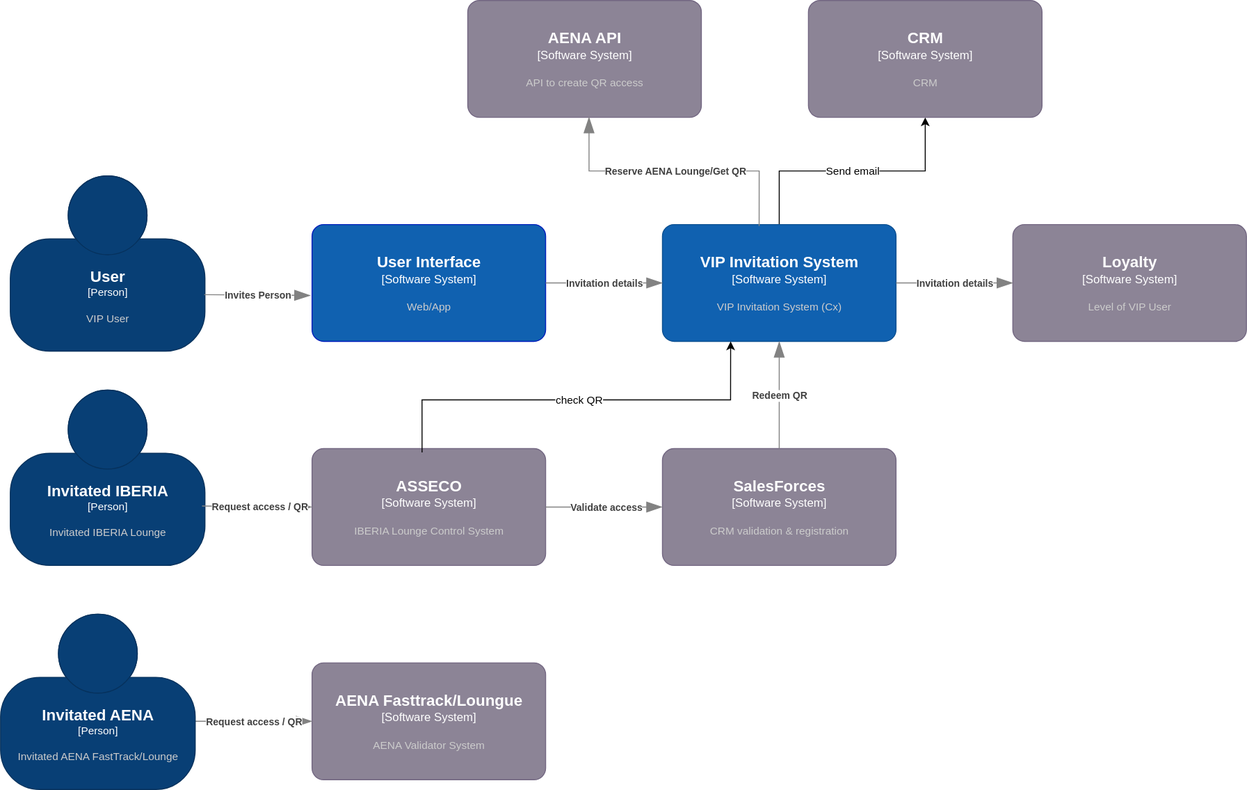
The draw.io diagram docs/src/diagrams/Invitation-C4-L1-Detailed.svg in Iberia-Ent/customer--customer-experience--invitation-to-vip-lounges--design, before a commit. Source tidied: cells renumbered, new cells last; positions are measured from the earlier drawing's top-left corner, leaving out a move shared by most shapes.
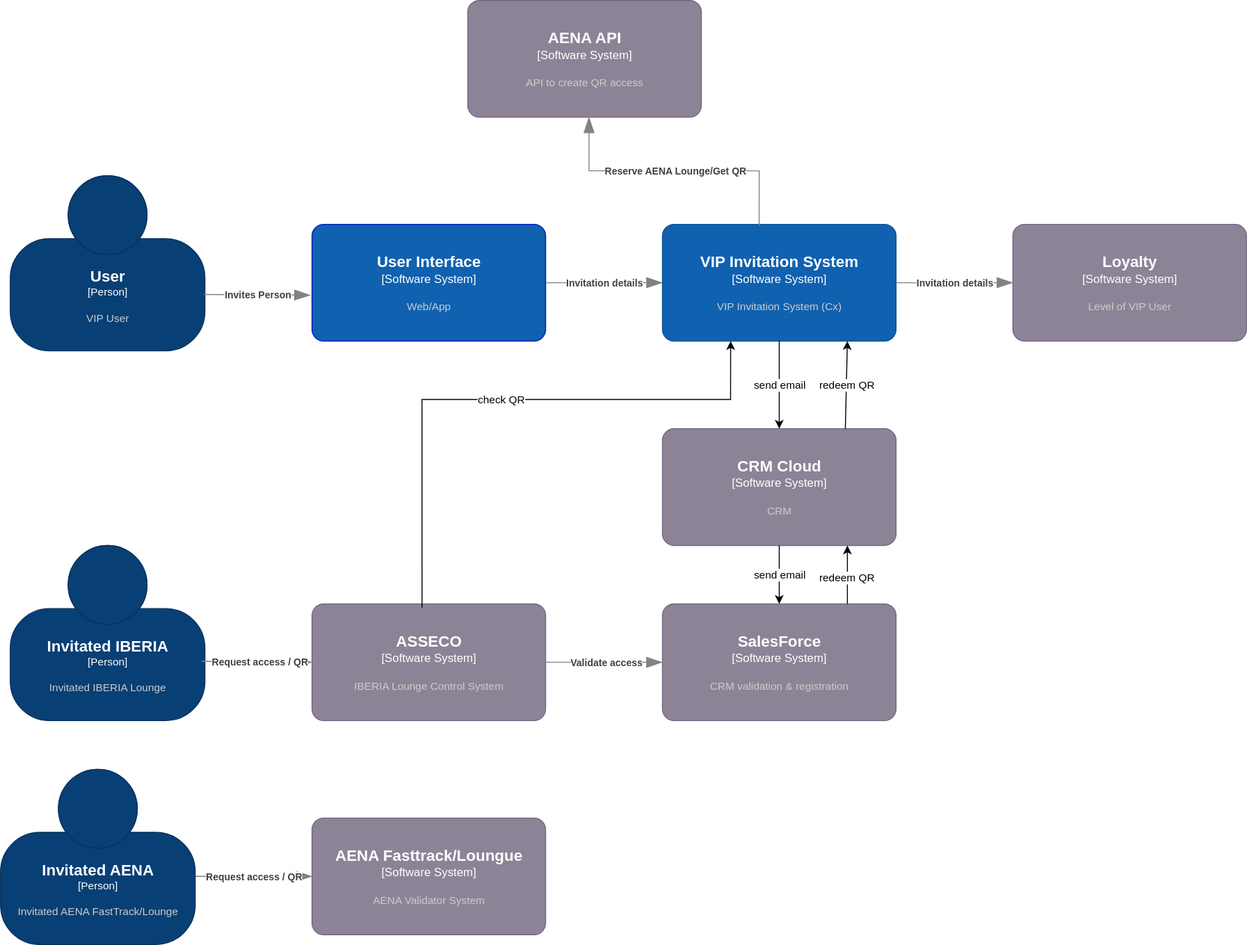
The same diagram one commit later.

Change to the diagram source:
```diff
@@ -17,9 +17,6 @@
         <mxGeometry relative="1" as="geometry" />
       </mxCell>
     </object>
-    <mxCell id="5" value="Send email" style="edgeStyle=orthogonalEdgeStyle;rounded=0;jettySize=auto;html=1;exitX=0.5;exitY=0;exitDx=0;exitDy=0;exitPerimeter=0;" parent="1" edge="1" source="6" target="8">
-      <mxGeometry relative="1" as="geometry" />
-    </mxCell>
     <object id="6" label="&lt;font style=&quot;font-size: 16px&quot;&gt;&lt;b&gt;%c4Name%&lt;/b&gt;&lt;/font&gt;&lt;div&gt;[%c4Type%]&lt;/div&gt;&lt;br&gt;&lt;div&gt;&lt;font style=&quot;font-size: 11px&quot;&gt;&lt;font color=&quot;#cccccc&quot;&gt;%c4Description%&lt;/font&gt;&lt;/div&gt;" c4Description="VIP Invitation System (Cx)" c4Name="VIP Invitation System" c4Type="Software System" placeholders="1">
       <mxCell style="rounded=1;whiteSpace=wrap;html=1;labelBackgroundColor=none;fillColor=#1061B0;fontColor=#ffffff;align=center;arcSize=10;strokeColor=#0D5091;points=[[0.25,0,0],[0.5,0,0],[0.75,0,0],[1,0.25,0],[1,0.5,0],[1,0.75,0],[0.75,1,0],[0.5,1,0],[0.25,1,0],[0,0.75,0],[0,0.5,0],[0,0.25,0]];" parent="1" vertex="1">
         <mxGeometry x="680" y="230" width="240" height="120" as="geometry" />
@@ -30,14 +27,9 @@
         <mxGeometry relative="1" as="geometry" />
       </mxCell>
     </object>
-    <object id="8" label="&lt;font style=&quot;font-size: 16px&quot;&gt;&lt;b&gt;%c4Name%&lt;/b&gt;&lt;/font&gt;&lt;div&gt;[%c4Type%]&lt;/div&gt;&lt;br&gt;&lt;div&gt;&lt;font style=&quot;font-size: 11px&quot;&gt;&lt;font color=&quot;#cccccc&quot;&gt;%c4Description%&lt;/font&gt;&lt;/div&gt;" c4Description="CRM" c4Name="CRM" c4Type="Software System" placeholders="1">
-      <mxCell style="rounded=1;whiteSpace=wrap;html=1;labelBackgroundColor=none;fillColor=#8C8496;fontColor=#ffffff;align=center;arcSize=10;strokeColor=#736782;points=[[0.25,0,0],[0.5,0,0],[0.75,0,0],[1,0.25,0],[1,0.5,0],[1,0.75,0],[0.75,1,0],[0.5,1,0],[0.25,1,0],[0,0.75,0],[0,0.5,0],[0,0.25,0]];" parent="1" vertex="1">
-        <mxGeometry x="830" width="240" height="120" as="geometry" />
-      </mxCell>
-    </object>
     <object id="9" label="&lt;font style=&quot;font-size: 16px&quot;&gt;&lt;b&gt;%c4Name%&lt;/b&gt;&lt;/font&gt;&lt;div&gt;[%c4Type%]&lt;/div&gt;&lt;br&gt;&lt;div&gt;&lt;font style=&quot;font-size: 11px&quot;&gt;&lt;font color=&quot;#cccccc&quot;&gt;%c4Description%&lt;/font&gt;&lt;/div&gt;" c4Description="AENA Validator System" c4Name="AENA Fasttrack/Loungue" c4Type="Software System" placeholders="1">
       <mxCell style="rounded=1;whiteSpace=wrap;html=1;labelBackgroundColor=none;fillColor=#8C8496;fontColor=#ffffff;align=center;arcSize=10;strokeColor=#736782;points=[[0.25,0,0],[0.5,0,0],[0.75,0,0],[1,0.25,0],[1,0.5,0],[1,0.75,0],[0.75,1,0],[0.5,1,0],[0.25,1,0],[0,0.75,0],[0,0.5,0],[0,0.25,0]];" parent="1" vertex="1">
-        <mxGeometry x="320" y="680" width="240" height="120" as="geometry" />
+        <mxGeometry x="320" y="840" width="240" height="120" as="geometry" />
       </mxCell>
     </object>
     <object id="10" label="&lt;div style=&quot;text-align: left&quot;&gt;&lt;div style=&quot;text-align: center&quot;&gt;&lt;b&gt;%c4Description%&lt;/b&gt;&lt;/div&gt;" c4Description="Request access / QR" c4Type="Relationship" placeholders="1">
@@ -47,17 +39,17 @@
     </object>
     <object id="11" label="&lt;font style=&quot;font-size: 16px&quot;&gt;&lt;b&gt;%c4Name%&lt;/b&gt;&lt;/font&gt;&lt;div&gt;[%c4Type%]&lt;/div&gt;&lt;br&gt;&lt;div&gt;&lt;font style=&quot;font-size: 11px&quot;&gt;&lt;font color=&quot;#cccccc&quot;&gt;%c4Description%&lt;/font&gt;&lt;/div&gt;" c4Description="Invitated IBERIA Lounge" c4Name="Invitated IBERIA&#10;" c4Type="Person" placeholders="1">
       <mxCell style="html=1;fontSize=11;dashed=0;whiteSpace=wrap;fillColor=#083F75;strokeColor=#06315C;fontColor=#ffffff;shape=mxgraph.c4.person2;align=center;points=[[0.5,0,0],[1,0.5,0],[1,0.75,0],[0.75,1,0],[0.5,1,0],[0.25,1,0],[0,0.75,0],[0,0.5,0]];" parent="1" vertex="1">
-        <mxGeometry x="10" y="400" width="200" height="180" as="geometry" />
+        <mxGeometry x="10" y="560" width="200" height="180" as="geometry" />
       </mxCell>
     </object>
     <object id="12" label="&lt;font style=&quot;font-size: 16px&quot;&gt;&lt;b&gt;%c4Name%&lt;/b&gt;&lt;/font&gt;&lt;div&gt;[%c4Type%]&lt;/div&gt;&lt;br&gt;&lt;div&gt;&lt;font style=&quot;font-size: 11px&quot;&gt;&lt;font color=&quot;#cccccc&quot;&gt;%c4Description%&lt;/font&gt;&lt;/div&gt;" c4Description="Invitated AENA FastTrack/Lounge" c4Name="Invitated AENA" c4Type="Person" placeholders="1">
       <mxCell style="html=1;fontSize=11;dashed=0;whiteSpace=wrap;fillColor=#083F75;strokeColor=#06315C;fontColor=#ffffff;shape=mxgraph.c4.person2;align=center;points=[[0.5,0,0],[1,0.5,0],[1,0.75,0],[0.75,1,0],[0.5,1,0],[0.25,1,0],[0,0.75,0],[0,0.5,0]];" parent="1" vertex="1">
-        <mxGeometry y="630" width="200" height="180" as="geometry" />
+        <mxGeometry y="790" width="200" height="180" as="geometry" />
       </mxCell>
     </object>
     <object id="13" label="&lt;font style=&quot;font-size: 16px&quot;&gt;&lt;b&gt;%c4Name%&lt;/b&gt;&lt;/font&gt;&lt;div&gt;[%c4Type%]&lt;/div&gt;&lt;br&gt;&lt;div&gt;&lt;font style=&quot;font-size: 11px&quot;&gt;&lt;font color=&quot;#cccccc&quot;&gt;%c4Description%&lt;/font&gt;&lt;/div&gt;" c4Description="IBERIA Lounge Control System" c4Name="ASSECO" c4Type="Software System" placeholders="1">
       <mxCell style="rounded=1;whiteSpace=wrap;html=1;labelBackgroundColor=none;fillColor=#8C8496;fontColor=#ffffff;align=center;arcSize=10;strokeColor=#736782;points=[[0.25,0,0],[0.5,0,0],[0.75,0,0],[1,0.25,0],[1,0.5,0],[1,0.75,0],[0.75,1,0],[0.5,1,0],[0.25,1,0],[0,0.75,0],[0,0.5,0],[0,0.25,0]];" parent="1" vertex="1">
-        <mxGeometry x="320" y="460" width="240" height="120" as="geometry" />
+        <mxGeometry x="320" y="620" width="240" height="120" as="geometry" />
       </mxCell>
     </object>
     <object id="14" label="&lt;div style=&quot;text-align: left&quot;&gt;&lt;div style=&quot;text-align: center&quot;&gt;&lt;b&gt;%c4Description%&lt;/b&gt;&lt;/div&gt;" c4Description="Request access / QR" c4Type="Relationship" placeholders="1">
@@ -77,9 +69,9 @@
         <mxGeometry relative="1" as="geometry" />
       </mxCell>
     </object>
-    <object id="17" label="&lt;font style=&quot;font-size: 16px&quot;&gt;&lt;b&gt;%c4Name%&lt;/b&gt;&lt;/font&gt;&lt;div&gt;[%c4Type%]&lt;/div&gt;&lt;br&gt;&lt;div&gt;&lt;font style=&quot;font-size: 11px&quot;&gt;&lt;font color=&quot;#cccccc&quot;&gt;%c4Description%&lt;/font&gt;&lt;/div&gt;" c4Description="CRM validation &amp; registration " c4Name="SalesForces" c4Type="Software System" placeholders="1">
+    <object id="17" label="&lt;font style=&quot;font-size: 16px&quot;&gt;&lt;b&gt;%c4Name%&lt;/b&gt;&lt;/font&gt;&lt;div&gt;[%c4Type%]&lt;/div&gt;&lt;br&gt;&lt;div&gt;&lt;font style=&quot;font-size: 11px&quot;&gt;&lt;font color=&quot;#cccccc&quot;&gt;%c4Description%&lt;/font&gt;&lt;/div&gt;" c4Description="CRM validation &amp; registration " c4Name="SalesForce" c4Type="Software System" placeholders="1">
       <mxCell style="rounded=1;whiteSpace=wrap;html=1;labelBackgroundColor=none;fillColor=#8C8496;fontColor=#ffffff;align=center;arcSize=10;strokeColor=#736782;points=[[0.25,0,0],[0.5,0,0],[0.75,0,0],[1,0.25,0],[1,0.5,0],[1,0.75,0],[0.75,1,0],[0.5,1,0],[0.25,1,0],[0,0.75,0],[0,0.5,0],[0,0.25,0]];" parent="1" vertex="1">
-        <mxGeometry x="680" y="460" width="240" height="120" as="geometry" />
+        <mxGeometry x="680" y="620" width="240" height="120" as="geometry" />
       </mxCell>
     </object>
     <object id="18" label="&lt;div style=&quot;text-align: left&quot;&gt;&lt;div style=&quot;text-align: center&quot;&gt;&lt;b&gt;%c4Description%&lt;/b&gt;&lt;/div&gt;" c4Description="Validate access" c4Type="Relationship" placeholders="1">
@@ -89,11 +81,6 @@
         </mxGeometry>
       </mxCell>
     </object>
-    <object id="19" label="&lt;div style=&quot;text-align: left&quot;&gt;&lt;div style=&quot;text-align: center&quot;&gt;&lt;b&gt;%c4Description%&lt;/b&gt;&lt;/div&gt;" c4Description="Redeem QR" c4Type="Relationship" placeholders="1">
-      <mxCell style="endArrow=blockThin;html=1;fontSize=10;fontColor=#404040;strokeWidth=1;endFill=1;strokeColor=#828282;elbow=vertical;endSize=14;startSize=14;jumpStyle=arc;jumpSize=16;rounded=0;edgeStyle=orthogonalEdgeStyle;exitX=0.5;exitY=0;exitDx=0;exitDy=0;exitPerimeter=0;entryX=0.5;entryY=1;entryDx=0;entryDy=0;entryPerimeter=0;" parent="1" edge="1" source="17" target="6">
-        <mxGeometry relative="1" as="geometry" />
-      </mxCell>
-    </object>
     <object id="20" label="&lt;font style=&quot;font-size: 16px&quot;&gt;&lt;b&gt;%c4Name%&lt;/b&gt;&lt;/font&gt;&lt;div&gt;[%c4Type%]&lt;/div&gt;&lt;br&gt;&lt;div&gt;&lt;font style=&quot;font-size: 11px&quot;&gt;&lt;font color=&quot;#cccccc&quot;&gt;%c4Description%&lt;/font&gt;&lt;/div&gt;" c4Description="API to create QR access" c4Name="AENA API" c4Type="Software System" placeholders="1">
       <mxCell style="rounded=1;whiteSpace=wrap;html=1;labelBackgroundColor=none;fillColor=#8C8496;fontColor=#ffffff;align=center;arcSize=10;strokeColor=#736782;points=[[0.25,0,0],[0.5,0,0],[0.75,0,0],[1,0.25,0],[1,0.5,0],[1,0.75,0],[0.75,1,0],[0.5,1,0],[0.25,1,0],[0,0.75,0],[0,0.5,0],[0,0.25,0]];" parent="1" vertex="1">
         <mxGeometry x="480" width="240" height="120" as="geometry" />
@@ -112,5 +99,30 @@
         </Array>
       </mxGeometry>
     </mxCell>
+    <object id="8" label="&lt;font style=&quot;font-size: 16px&quot;&gt;&lt;b&gt;%c4Name%&lt;/b&gt;&lt;/font&gt;&lt;div&gt;[%c4Type%]&lt;/div&gt;&lt;br&gt;&lt;div&gt;&lt;font style=&quot;font-size: 11px&quot;&gt;&lt;font color=&quot;#cccccc&quot;&gt;%c4Description%&lt;/font&gt;&lt;/div&gt;" c4Description="CRM" c4Name="CRM Cloud" c4Type="Software System" placeholders="1">
+      <mxCell style="rounded=1;whiteSpace=wrap;html=1;labelBackgroundColor=none;fillColor=#8C8496;fontColor=#ffffff;align=center;arcSize=10;strokeColor=#736782;points=[[0.25,0,0],[0.5,0,0],[0.75,0,0],[1,0.25,0],[1,0.5,0],[1,0.75,0],[0.75,1,0],[0.5,1,0],[0.25,1,0],[0,0.75,0],[0,0.5,0],[0,0.25,0]];" parent="1" vertex="1">
+        <mxGeometry x="680" y="440" width="240" height="120" as="geometry" />
+      </mxCell>
+    </object>
+    <mxCell id="23" style="endArrow=classic;html=1;rounded=0;exitX=0.5;exitY=0;exitDx=0;exitDy=0;exitPerimeter=0;entryX=0.5;entryY=1;entryDx=0;entryDy=0;entryPerimeter=0;" parent="1" edge="1">
+      <mxGeometry relative="1" as="geometry">
+        <mxPoint x="870" y="620" as="sourcePoint" />
+        <mxPoint x="870" y="560" as="targetPoint" />
+      </mxGeometry>
+    </mxCell>
+    <mxCell id="24" value="redeem QR" style="edgeLabel;html=1;align=center;verticalAlign=middle;" parent="23" vertex="1">
+      <mxGeometry x="-0.07" y="2" relative="1" as="geometry" />
+    </mxCell>
+    <mxCell id="25" value="redeem QR" style="endArrow=classic;html=1;rounded=0;entryX=0.5;entryY=1;entryDx=0;entryDy=0;entryPerimeter=0;exitX=0.783;exitY=0;exitDx=0;exitDy=0;exitPerimeter=0;" parent="1" edge="1" source="8">
+      <mxGeometry relative="1" as="geometry">
+        <mxPoint x="870" y="350" as="targetPoint" />
+      </mxGeometry>
+    </mxCell>
+    <mxCell id="5" value="send email" style="endArrow=classic;html=1;rounded=0;entryX=0.5;entryY=0;entryDx=0;entryDy=0;entryPerimeter=0;exitX=0.5;exitY=1;exitDx=0;exitDy=0;exitPerimeter=0;" parent="1" edge="1" source="6" target="8">
+      <mxGeometry relative="1" as="geometry" />
+    </mxCell>
+    <mxCell id="26" value="send email" style="endArrow=classic;html=1;rounded=0;exitX=0.5;exitY=1;exitDx=0;exitDy=0;exitPerimeter=0;entryX=0.5;entryY=0;entryDx=0;entryDy=0;entryPerimeter=0;" parent="1" edge="1" source="8" target="17">
+      <mxGeometry relative="1" as="geometry" />
+    </mxCell>
   </root>
 </mxGraphModel>
```
